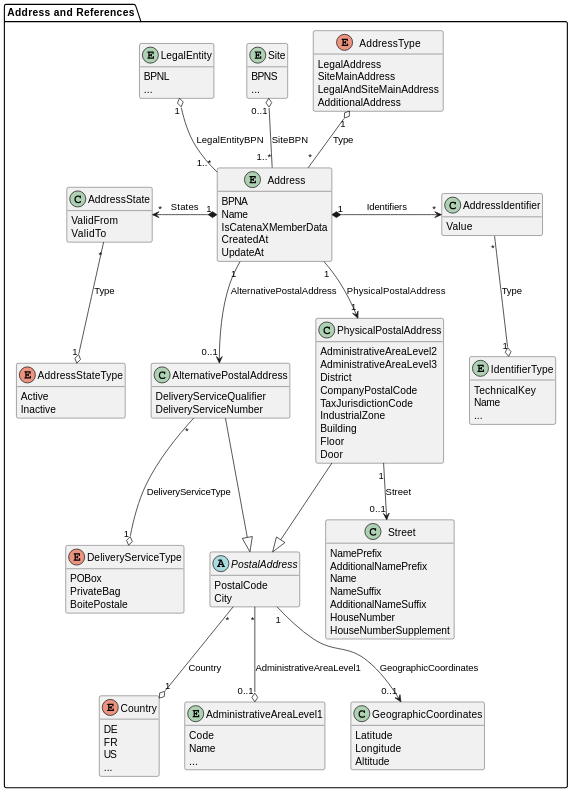
This is docs/standards/CX-0012-BusinessPartnerDataPoolAPI/assets/diagrams/class/address.svg from catenax-eV/catenax-ev.github.io, a PlantUML export, as it was before one commit.
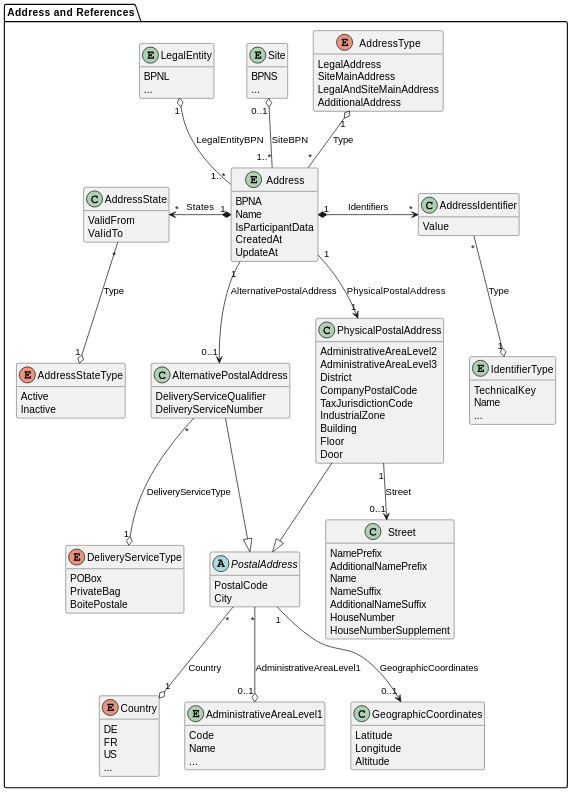
Later version of the same file.

Diff of the diagram source:
```diff
@@ -1,5 +1,4 @@
-@startuml address
-
+@startuml
 skinparam dpi 50
 
 package "Address and References" {
@@ -16,7 +15,7 @@
   entity Address {
     BPNA
     Name
-    IsCatenaXMemberData
+    IsParticipantData
     CreatedAt
     UpdateAt
   }
```
